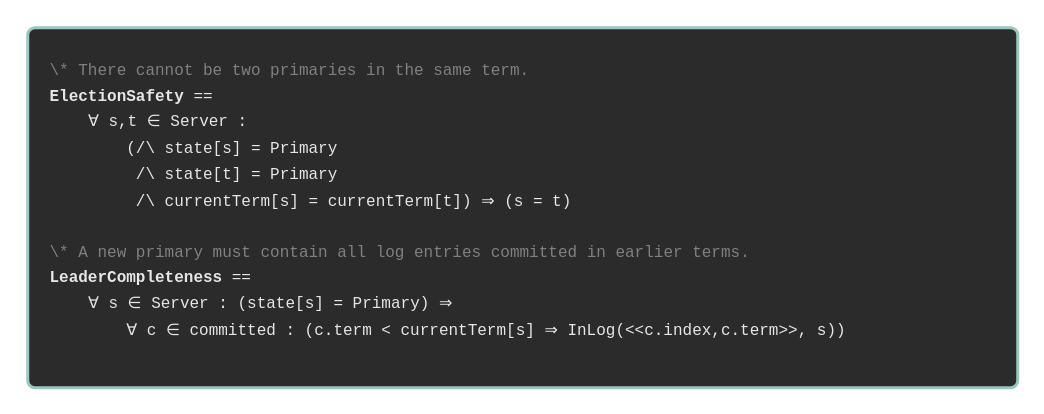
Above: page "snippet-0-safety-props" (5 of 8) of traces/traces.drawio in will62794/reconfig-traces (draw.io), before the change. Source tidied: cells renumbered, new cells numbered last; positions are measured from the earlier drawing's top-left corner, leaving out a move shared by most shapes. Both pictures are drawn from the tidied source at 150%, with x=0, y=0 at pixel (27, 27).
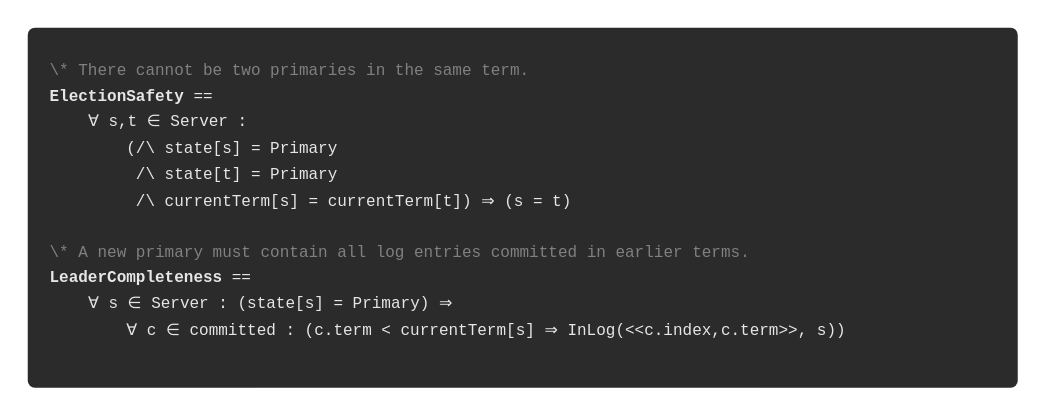
After the change.

What changed in the source:
```diff
@@
 <mxGraphModel>
   <root>
     <mxCell id="0" />
     <mxCell id="1" parent="0" />
-    <mxCell id="2" value="&lt;span style=&quot;&quot; id=&quot;docs-internal-guid-955c089a-7fff-785c-a062-aca5ab7f73e9&quot;&gt;&lt;font style=&quot;&quot;&gt;&lt;p dir=&quot;ltr&quot; style=&quot;font-weight: normal; line-height: 1.38; margin-top: 0pt; margin-bottom: 0pt;&quot;&gt;&lt;span style=&quot;background-color: transparent; color: rgb(128, 128, 128); font-family: &amp;quot;Roboto Mono&amp;quot;, monospace; font-size: 8pt; white-space-collapse: preserve;&quot;&gt;\* There cannot be two primaries in the same term.&lt;/span&gt;&lt;/p&gt;&lt;p style=&quot;line-height: 1.38; margin-top: 0pt; margin-bottom: 0pt; color: rgb(230, 230, 230);&quot; dir=&quot;ltr&quot;&gt;&lt;font face=&quot;Roboto Mono, monospace&quot; color=&quot;#e6e6e6&quot;&gt;&lt;span style=&quot;font-size: 10.6667px; white-space-collapse: preserve;&quot;&gt;&lt;b&gt;ElectionSafety&lt;/b&gt; ==&amp;nbsp;&lt;/span&gt;&lt;/font&gt;&lt;/p&gt;&lt;p style=&quot;line-height: 1.38; margin-top: 0pt; margin-bottom: 0pt; color: rgb(230, 230, 230);&quot; dir=&quot;ltr&quot;&gt;&lt;font face=&quot;Roboto Mono, monospace&quot; color=&quot;#e6e6e6&quot;&gt;&lt;span style=&quot;font-size: 10.6667px; white-space-collapse: preserve;&quot;&gt;&amp;nbsp; &amp;nbsp; &lt;/span&gt;&lt;/font&gt;&lt;span style=&quot;background-color: transparent; font-size: 10.6667px; white-space-collapse: preserve;&quot;&gt;&lt;font face=&quot;Roboto Mono, monospace&quot; color=&quot;#e6e6e6&quot;&gt;∀&lt;/font&gt;&lt;/span&gt;&lt;span style=&quot;color: rgb(230, 230, 230); font-size: 10.6667px; white-space-collapse: preserve; font-family: &amp;quot;Roboto Mono&amp;quot;, monospace; background-color: transparent;&quot;&gt; s,t &lt;/span&gt;&lt;span style=&quot;font-family: &amp;quot;Roboto Mono&amp;quot;, monospace; font-size: 10.6667px; white-space-collapse: preserve; background-color: transparent;&quot;&gt;∈&lt;/span&gt;&lt;span style=&quot;background-color: transparent; font-family: &amp;quot;Roboto Mono&amp;quot;, monospace; font-size: 10.6667px; white-space-collapse: preserve;&quot;&gt; Server :&lt;/span&gt;&lt;/p&gt;&lt;p style=&quot;line-height: 1.38; margin-top: 0pt; margin-bottom: 0pt; color: rgb(230, 230, 230);&quot; dir=&quot;ltr&quot;&gt;&lt;font face=&quot;Roboto Mono, monospace&quot; color=&quot;#e6e6e6&quot;&gt;&lt;span style=&quot;font-size: 10.6667px; white-space-collapse: preserve;&quot;&gt;&amp;nbsp; &amp;nbsp; &amp;nbsp; &amp;nbsp; (/\ state[s] = Primary&amp;nbsp;&lt;/span&gt;&lt;/font&gt;&lt;/p&gt;&lt;p style=&quot;line-height: 1.38; margin-top: 0pt; margin-bottom: 0pt; color: rgb(230, 230, 230);&quot; dir=&quot;ltr&quot;&gt;&lt;font face=&quot;Roboto Mono, monospace&quot; color=&quot;#e6e6e6&quot;&gt;&lt;span style=&quot;font-size: 10.6667px; white-space-collapse: preserve;&quot;&gt;&amp;nbsp; &amp;nbsp; &amp;nbsp; &amp;nbsp; &amp;nbsp;/\ state[t] = Primary&lt;/span&gt;&lt;/font&gt;&lt;/p&gt;&lt;p style=&quot;line-height: 1.38; margin-top: 0pt; margin-bottom: 0pt; color: rgb(230, 230, 230);&quot; dir=&quot;ltr&quot;&gt;&lt;span style=&quot;font-size: 10.6667px; white-space-collapse: preserve;&quot;&gt;&lt;font face=&quot;Roboto Mono, monospace&quot; color=&quot;#e6e6e6&quot;&gt;&lt;/font&gt;&lt;/span&gt;&lt;/p&gt;&lt;p style=&quot;line-height: 1.38; margin-top: 0pt; margin-bottom: 0pt; color: rgb(230, 230, 230);&quot; dir=&quot;ltr&quot;&gt;&lt;font face=&quot;Roboto Mono, monospace&quot; color=&quot;#e6e6e6&quot;&gt;&lt;span style=&quot;font-size: 10.6667px; white-space-collapse: preserve;&quot;&gt;&amp;nbsp; &amp;nbsp; &amp;nbsp; &amp;nbsp; &amp;nbsp;/\ currentTerm[s] = currentTerm[t]) &lt;/span&gt;&lt;/font&gt;&lt;span style=&quot;background-color: transparent; font-size: 10.6667px; white-space-collapse: preserve;&quot;&gt;&lt;font face=&quot;Roboto Mono, monospace&quot; color=&quot;#e6e6e6&quot;&gt;⇒&lt;/font&gt;&lt;/span&gt;&lt;span style=&quot;color: rgb(230, 230, 230); font-size: 10.6667px; white-space-collapse: preserve; font-family: &amp;quot;Roboto Mono&amp;quot;, monospace; background-color: transparent;&quot;&gt; (s = t)&lt;/span&gt;&lt;/p&gt;&lt;p style=&quot;line-height: 1.38; margin-top: 0pt; margin-bottom: 0pt; color: rgb(230, 230, 230);&quot; dir=&quot;ltr&quot;&gt;&lt;br&gt;&lt;/p&gt;&lt;p style=&quot;line-height: 1.38; margin-top: 0pt; margin-bottom: 0pt;&quot; dir=&quot;ltr&quot;&gt;&lt;span style=&quot;color: rgb(128, 128, 128); background-color: transparent; font-family: &amp;quot;Roboto Mono&amp;quot;, monospace; font-size: 8pt; white-space-collapse: preserve;&quot;&gt;\* A new primary must contain all log entries committed in earlier terms.&lt;/span&gt;&lt;/p&gt;&lt;p style=&quot;line-height: 1.38; margin-top: 0pt; margin-bottom: 0pt; color: rgb(230, 230, 230);&quot; dir=&quot;ltr&quot;&gt;&lt;font face=&quot;Roboto Mono, monospace&quot; color=&quot;#e6e6e6&quot;&gt;&lt;span style=&quot;font-size: 10.6667px; white-space-collapse: preserve;&quot;&gt;&lt;b&gt;LeaderCompleteness&lt;/b&gt; == &lt;br&gt;    &lt;/span&gt;&lt;/font&gt;&lt;span style=&quot;background-color: transparent; font-size: 10.6667px; white-space-collapse: preserve;&quot;&gt;&lt;font face=&quot;Roboto Mono, monospace&quot; color=&quot;#e6e6e6&quot;&gt;∀&lt;/font&gt;&lt;/span&gt;&lt;span style=&quot;color: rgb(230, 230, 230); font-size: 10.6667px; white-space-collapse: preserve; font-family: &amp;quot;Roboto Mono&amp;quot;, monospace; background-color: transparent;&quot;&gt; s &lt;/span&gt;&lt;span style=&quot;font-family: &amp;quot;Roboto Mono&amp;quot;, monospace; font-size: 10.6667px; white-space-collapse: preserve; background-color: transparent;&quot;&gt;∈&lt;/span&gt;&lt;span style=&quot;background-color: transparent; font-family: &amp;quot;Roboto Mono&amp;quot;, monospace; font-size: 10.6667px; white-space-collapse: preserve;&quot;&gt; Server : (state[s] = Primary) &lt;/span&gt;&lt;span style=&quot;font-family: &amp;quot;Roboto Mono&amp;quot;, monospace; font-size: 10.6667px; white-space-collapse: preserve; background-color: transparent;&quot;&gt;⇒&lt;/span&gt;&lt;span style=&quot;background-color: transparent; font-family: &amp;quot;Roboto Mono&amp;quot;, monospace; font-size: 10.6667px; white-space-collapse: preserve;&quot;&gt; &lt;/span&gt;&lt;/p&gt;&lt;p style=&quot;line-height: 1.38; margin-top: 0pt; margin-bottom: 0pt; color: rgb(230, 230, 230);&quot; dir=&quot;ltr&quot;&gt;&lt;font face=&quot;Roboto Mono, monospace&quot; color=&quot;#e6e6e6&quot;&gt;&lt;span style=&quot;font-size: 10.6667px; white-space-collapse: preserve;&quot;&gt;        &lt;/span&gt;&lt;/font&gt;&lt;span style=&quot;background-color: transparent; font-size: 10.6667px; white-space-collapse: preserve;&quot;&gt;&lt;font face=&quot;Roboto Mono, monospace&quot; color=&quot;#e6e6e6&quot;&gt;∀&lt;/font&gt;&lt;/span&gt;&lt;span style=&quot;color: rgb(230, 230, 230); font-size: 10.6667px; white-space-collapse: preserve; font-family: &amp;quot;Roboto Mono&amp;quot;, monospace; background-color: transparent;&quot;&gt; c ∈ committed : (c.term &amp;lt; currentTerm[s] &lt;/span&gt;&lt;span style=&quot;font-family: &amp;quot;Roboto Mono&amp;quot;, monospace; font-size: 10.6667px; white-space-collapse: preserve; background-color: transparent;&quot;&gt;⇒&lt;/span&gt;&lt;span style=&quot;background-color: transparent; font-family: &amp;quot;Roboto Mono&amp;quot;, monospace; font-size: 10.6667px; white-space-collapse: preserve;&quot;&gt; InLog(&amp;lt;&amp;lt;c.index,c.term&amp;gt;&amp;gt;, s))&lt;/span&gt;&lt;/p&gt;&lt;/font&gt;&lt;/span&gt;" style="text;whiteSpace=wrap;html=1;fillColor=light-dark(#2B2B2B,#282A35);perimeterSpacing=0;strokeColor=#9AC7BF;strokeWidth=2;rounded=1;arcSize=2;spacingLeft=0;spacing=15;" parent="1" vertex="1">
+    <mxCell id="2" value="&lt;span style=&quot;&quot; id=&quot;docs-internal-guid-955c089a-7fff-785c-a062-aca5ab7f73e9&quot;&gt;&lt;font style=&quot;&quot;&gt;&lt;p dir=&quot;ltr&quot; style=&quot;font-weight: normal; line-height: 1.38; margin-top: 0pt; margin-bottom: 0pt;&quot;&gt;&lt;span style=&quot;background-color: transparent; color: rgb(128, 128, 128); font-family: &amp;quot;Roboto Mono&amp;quot;, monospace; font-size: 8pt; white-space-collapse: preserve;&quot;&gt;\* There cannot be two primaries in the same term.&lt;/span&gt;&lt;/p&gt;&lt;p style=&quot;line-height: 1.38; margin-top: 0pt; margin-bottom: 0pt; color: rgb(230, 230, 230);&quot; dir=&quot;ltr&quot;&gt;&lt;font face=&quot;Roboto Mono, monospace&quot; color=&quot;#e6e6e6&quot;&gt;&lt;span style=&quot;font-size: 10.6667px; white-space-collapse: preserve;&quot;&gt;&lt;b&gt;ElectionSafety&lt;/b&gt; ==&amp;nbsp;&lt;/span&gt;&lt;/font&gt;&lt;/p&gt;&lt;p style=&quot;line-height: 1.38; margin-top: 0pt; margin-bottom: 0pt; color: rgb(230, 230, 230);&quot; dir=&quot;ltr&quot;&gt;&lt;font face=&quot;Roboto Mono, monospace&quot; color=&quot;#e6e6e6&quot;&gt;&lt;span style=&quot;font-size: 10.6667px; white-space-collapse: preserve;&quot;&gt;&amp;nbsp; &amp;nbsp; &lt;/span&gt;&lt;/font&gt;&lt;span style=&quot;background-color: transparent; font-size: 10.6667px; white-space-collapse: preserve;&quot;&gt;&lt;font face=&quot;Roboto Mono, monospace&quot; color=&quot;#e6e6e6&quot;&gt;∀&lt;/font&gt;&lt;/span&gt;&lt;span style=&quot;color: rgb(230, 230, 230); font-size: 10.6667px; white-space-collapse: preserve; font-family: &amp;quot;Roboto Mono&amp;quot;, monospace; background-color: transparent;&quot;&gt; s,t &lt;/span&gt;&lt;span style=&quot;font-family: &amp;quot;Roboto Mono&amp;quot;, monospace; font-size: 10.6667px; white-space-collapse: preserve; background-color: transparent;&quot;&gt;∈&lt;/span&gt;&lt;span style=&quot;background-color: transparent; font-family: &amp;quot;Roboto Mono&amp;quot;, monospace; font-size: 10.6667px; white-space-collapse: preserve;&quot;&gt; Server :&lt;/span&gt;&lt;/p&gt;&lt;p style=&quot;line-height: 1.38; margin-top: 0pt; margin-bottom: 0pt; color: rgb(230, 230, 230);&quot; dir=&quot;ltr&quot;&gt;&lt;font face=&quot;Roboto Mono, monospace&quot; color=&quot;#e6e6e6&quot;&gt;&lt;span style=&quot;font-size: 10.6667px; white-space-collapse: preserve;&quot;&gt;&amp;nbsp; &amp;nbsp; &amp;nbsp; &amp;nbsp; (/\ state[s] = Primary&amp;nbsp;&lt;/span&gt;&lt;/font&gt;&lt;/p&gt;&lt;p style=&quot;line-height: 1.38; margin-top: 0pt; margin-bottom: 0pt; color: rgb(230, 230, 230);&quot; dir=&quot;ltr&quot;&gt;&lt;font face=&quot;Roboto Mono, monospace&quot; color=&quot;#e6e6e6&quot;&gt;&lt;span style=&quot;font-size: 10.6667px; white-space-collapse: preserve;&quot;&gt;&amp;nbsp; &amp;nbsp; &amp;nbsp; &amp;nbsp; &amp;nbsp;/\ state[t] = Primary&lt;/span&gt;&lt;/font&gt;&lt;/p&gt;&lt;p style=&quot;line-height: 1.38; margin-top: 0pt; margin-bottom: 0pt; color: rgb(230, 230, 230);&quot; dir=&quot;ltr&quot;&gt;&lt;span style=&quot;font-size: 10.6667px; white-space-collapse: preserve;&quot;&gt;&lt;font face=&quot;Roboto Mono, monospace&quot; color=&quot;#e6e6e6&quot;&gt;&lt;/font&gt;&lt;/span&gt;&lt;/p&gt;&lt;p style=&quot;line-height: 1.38; margin-top: 0pt; margin-bottom: 0pt; color: rgb(230, 230, 230);&quot; dir=&quot;ltr&quot;&gt;&lt;font face=&quot;Roboto Mono, monospace&quot; color=&quot;#e6e6e6&quot;&gt;&lt;span style=&quot;font-size: 10.6667px; white-space-collapse: preserve;&quot;&gt;&amp;nbsp; &amp;nbsp; &amp;nbsp; &amp;nbsp; &amp;nbsp;/\ currentTerm[s] = currentTerm[t]) &lt;/span&gt;&lt;/font&gt;&lt;span style=&quot;background-color: transparent; font-size: 10.6667px; white-space-collapse: preserve;&quot;&gt;&lt;font face=&quot;Roboto Mono, monospace&quot; color=&quot;#e6e6e6&quot;&gt;⇒&lt;/font&gt;&lt;/span&gt;&lt;span style=&quot;color: rgb(230, 230, 230); font-size: 10.6667px; white-space-collapse: preserve; font-family: &amp;quot;Roboto Mono&amp;quot;, monospace; background-color: transparent;&quot;&gt; (s = t)&lt;/span&gt;&lt;/p&gt;&lt;p style=&quot;line-height: 1.38; margin-top: 0pt; margin-bottom: 0pt; color: rgb(230, 230, 230);&quot; dir=&quot;ltr&quot;&gt;&lt;br&gt;&lt;/p&gt;&lt;p style=&quot;line-height: 1.38; margin-top: 0pt; margin-bottom: 0pt;&quot; dir=&quot;ltr&quot;&gt;&lt;span style=&quot;color: rgb(128, 128, 128); background-color: transparent; font-family: &amp;quot;Roboto Mono&amp;quot;, monospace; font-size: 8pt; white-space-collapse: preserve;&quot;&gt;\* A new primary must contain all log entries committed in earlier terms.&lt;/span&gt;&lt;/p&gt;&lt;p style=&quot;line-height: 1.38; margin-top: 0pt; margin-bottom: 0pt; color: rgb(230, 230, 230);&quot; dir=&quot;ltr&quot;&gt;&lt;font face=&quot;Roboto Mono, monospace&quot; color=&quot;#e6e6e6&quot;&gt;&lt;span style=&quot;font-size: 10.6667px; white-space-collapse: preserve;&quot;&gt;&lt;b&gt;LeaderCompleteness&lt;/b&gt; == &lt;br&gt;    &lt;/span&gt;&lt;/font&gt;&lt;span style=&quot;background-color: transparent; font-size: 10.6667px; white-space-collapse: preserve;&quot;&gt;&lt;font face=&quot;Roboto Mono, monospace&quot; color=&quot;#e6e6e6&quot;&gt;∀&lt;/font&gt;&lt;/span&gt;&lt;span style=&quot;color: rgb(230, 230, 230); font-size: 10.6667px; white-space-collapse: preserve; font-family: &amp;quot;Roboto Mono&amp;quot;, monospace; background-color: transparent;&quot;&gt; s &lt;/span&gt;&lt;span style=&quot;font-family: &amp;quot;Roboto Mono&amp;quot;, monospace; font-size: 10.6667px; white-space-collapse: preserve; background-color: transparent;&quot;&gt;∈&lt;/span&gt;&lt;span style=&quot;background-color: transparent; font-family: &amp;quot;Roboto Mono&amp;quot;, monospace; font-size: 10.6667px; white-space-collapse: preserve;&quot;&gt; Server : (state[s] = Primary) &lt;/span&gt;&lt;span style=&quot;font-family: &amp;quot;Roboto Mono&amp;quot;, monospace; font-size: 10.6667px; white-space-collapse: preserve; background-color: transparent;&quot;&gt;⇒&lt;/span&gt;&lt;span style=&quot;background-color: transparent; font-family: &amp;quot;Roboto Mono&amp;quot;, monospace; font-size: 10.6667px; white-space-collapse: preserve;&quot;&gt; &lt;/span&gt;&lt;/p&gt;&lt;p style=&quot;line-height: 1.38; margin-top: 0pt; margin-bottom: 0pt; color: rgb(230, 230, 230);&quot; dir=&quot;ltr&quot;&gt;&lt;font face=&quot;Roboto Mono, monospace&quot; color=&quot;#e6e6e6&quot;&gt;&lt;span style=&quot;font-size: 10.6667px; white-space-collapse: preserve;&quot;&gt;        &lt;/span&gt;&lt;/font&gt;&lt;span style=&quot;background-color: transparent; font-size: 10.6667px; white-space-collapse: preserve;&quot;&gt;&lt;font face=&quot;Roboto Mono, monospace&quot; color=&quot;#e6e6e6&quot;&gt;∀&lt;/font&gt;&lt;/span&gt;&lt;span style=&quot;color: rgb(230, 230, 230); font-size: 10.6667px; white-space-collapse: preserve; font-family: &amp;quot;Roboto Mono&amp;quot;, monospace; background-color: transparent;&quot;&gt; c ∈ committed : (c.term &amp;lt; currentTerm[s] &lt;/span&gt;&lt;span style=&quot;font-family: &amp;quot;Roboto Mono&amp;quot;, monospace; font-size: 10.6667px; white-space-collapse: preserve; background-color: transparent;&quot;&gt;⇒&lt;/span&gt;&lt;span style=&quot;background-color: transparent; font-family: &amp;quot;Roboto Mono&amp;quot;, monospace; font-size: 10.6667px; white-space-collapse: preserve;&quot;&gt; InLog(&amp;lt;&amp;lt;c.index,c.term&amp;gt;&amp;gt;, s))&lt;/span&gt;&lt;/p&gt;&lt;/font&gt;&lt;/span&gt;" style="text;whiteSpace=wrap;html=1;fillColor=light-dark(#2B2B2B,#282A35);perimeterSpacing=0;strokeColor=none;strokeWidth=2;rounded=1;arcSize=2;spacingLeft=0;spacing=15;" parent="1" vertex="1">
       <mxGeometry width="660" height="240" as="geometry" />
     </mxCell>
   </root>
 </mxGraphModel>
```
